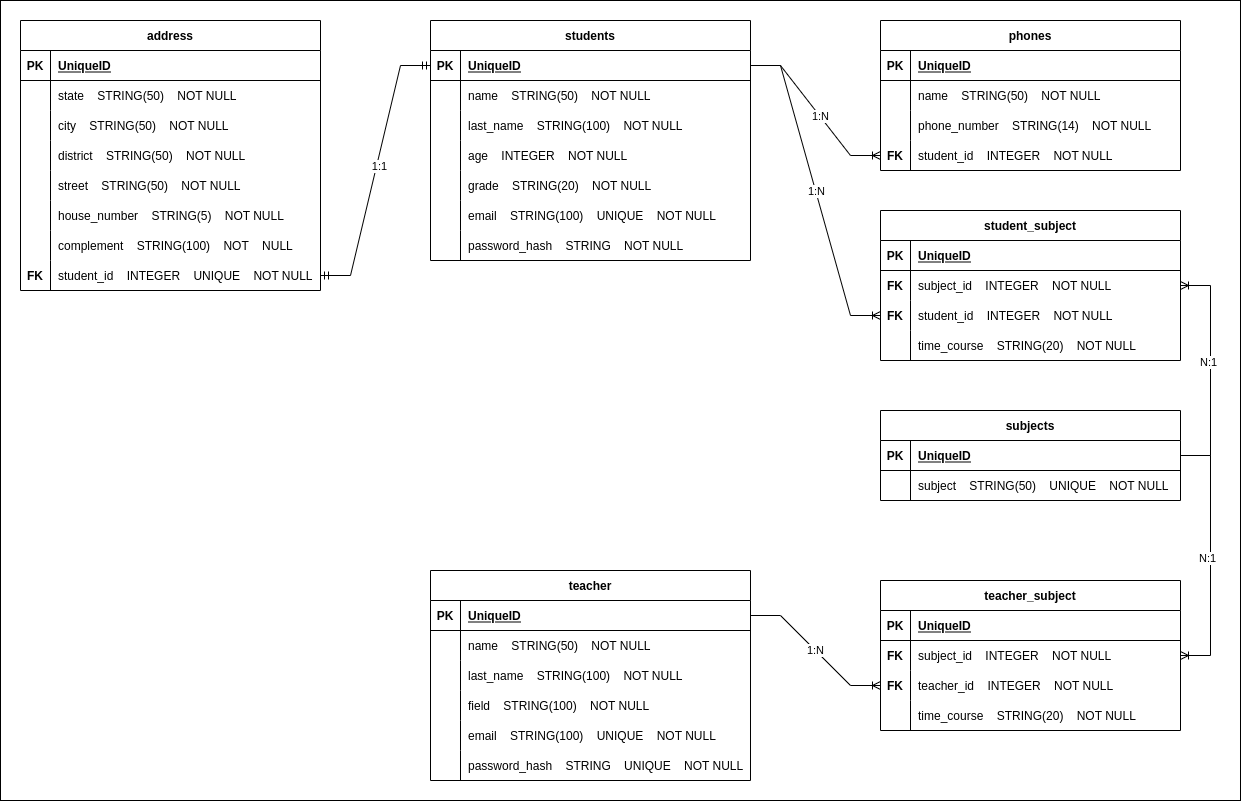
Earlier version of the draw.io export Relationship Diagram.png (gabrieldosprazeres/e-plus). Source tidied: cells renumbered, new cells last; positions are measured from the earlier drawing's top-left corner, leaving out a move shared by most shapes.
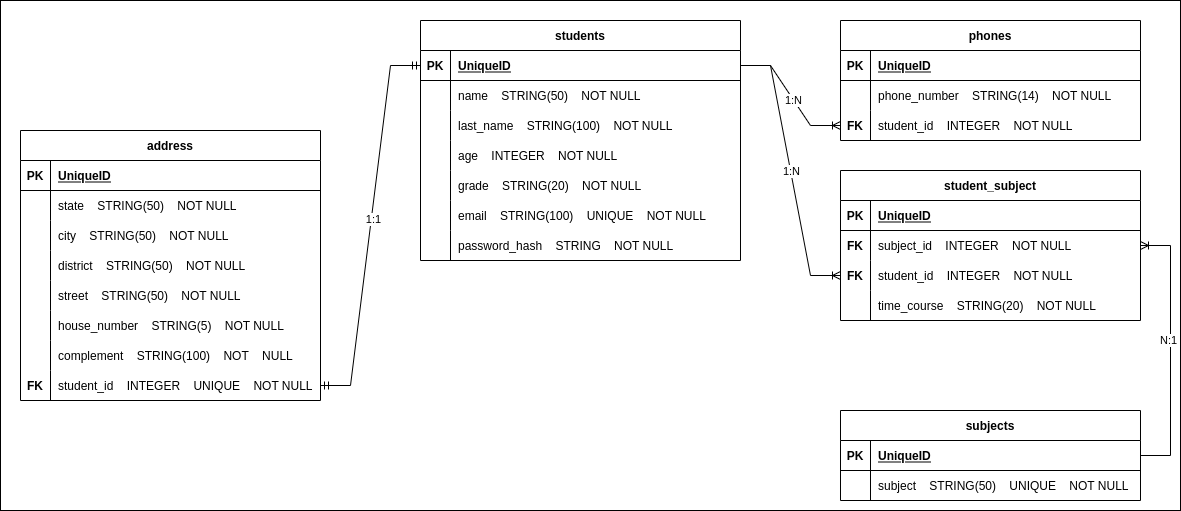
The same diagram one commit later.

Commit message:
fix: modifying diagram

Diff of the diagram source:
```diff
@@ -3,10 +3,10 @@
     <mxCell id="0" />
     <mxCell id="1" parent="0" />
     <mxCell id="2" style="rounded=0;whiteSpace=wrap;html=1;fillColor=#FFFFFF;" parent="1" vertex="1">
-      <mxGeometry width="1240" height="800" as="geometry" />
+      <mxGeometry x="40" width="1180" height="510" as="geometry" />
     </mxCell>
     <mxCell id="3" value="students" style="shape=table;startSize=30;rowLines=0;fontStyle=1;align=center;" parent="1" vertex="1">
-      <mxGeometry x="430" y="20" width="320" height="240" as="geometry" />
+      <mxGeometry x="460" y="20" width="320" height="240" as="geometry" />
     </mxCell>
     <mxCell id="4" style="shape=partialRectangle;fillColor=none;top=0;left=0;bottom=1;right=0;points=[[0,0.5],[1,0.5]];portConstraint=eastwest;" parent="3" vertex="1">
       <mxGeometry y="30" width="320" height="30" as="geometry" />
@@ -99,7 +99,7 @@
       <mxGeometry x="30" width="270" height="30" as="geometry" />
     </mxCell>
     <mxCell id="34" value="phones" style="shape=table;startSize=30;rowLines=0;fontStyle=1;align=center;" parent="1" vertex="1">
-      <mxGeometry x="880" y="20" width="300" height="150" as="geometry" />
+      <mxGeometry x="880" y="20" width="300" height="120" as="geometry" />
     </mxCell>
     <mxCell id="35" style="shape=partialRectangle;fillColor=none;top=0;left=0;bottom=1;right=0;" parent="34" vertex="1">
       <mxGeometry y="30" width="300" height="30" as="geometry" />
@@ -110,17 +110,8 @@
     <mxCell id="37" value="UniqueID" style="shape=partialRectangle;fillColor=none;top=0;left=0;bottom=0;right=0;align=left;spacingLeft=6;fontStyle=5;overflow=hidden;" parent="35" vertex="1">
       <mxGeometry x="30" width="270" height="30" as="geometry" />
     </mxCell>
-    <mxCell id="38" style="shape=partialRectangle;fillColor=none;top=0;left=0;bottom=0;right=0;" parent="34" vertex="1">
-      <mxGeometry y="60" width="300" height="30" as="geometry" />
-    </mxCell>
-    <mxCell id="39" style="shape=partialRectangle;fillColor=none;top=0;left=0;bottom=0;right=0;overflow=hidden;" parent="38" vertex="1">
-      <mxGeometry width="30" height="30" as="geometry" />
-    </mxCell>
-    <mxCell id="40" value="name    STRING(50)    NOT NULL" style="shape=partialRectangle;fillColor=none;top=0;left=0;bottom=0;right=0;align=left;spacingLeft=6;overflow=hidden;" parent="38" vertex="1">
-      <mxGeometry x="30" width="270" height="30" as="geometry" />
-    </mxCell>
     <mxCell id="41" style="shape=partialRectangle;fillColor=none;top=0;left=0;bottom=0;right=0;" parent="34" vertex="1">
-      <mxGeometry y="90" width="300" height="30" as="geometry" />
+      <mxGeometry y="60" width="300" height="30" as="geometry" />
     </mxCell>
     <mxCell id="42" style="shape=partialRectangle;fillColor=none;top=0;left=0;bottom=0;right=0;overflow=hidden;" parent="41" vertex="1">
       <mxGeometry width="30" height="30" as="geometry" />
@@ -129,7 +120,7 @@
       <mxGeometry x="30" width="270" height="30" as="geometry" />
     </mxCell>
     <mxCell id="44" style="shape=partialRectangle;fillColor=none;top=0;left=0;bottom=0;right=0;points=[[0,0.5],[1,0.5]];portConstraint=eastwest;" parent="34" vertex="1">
-      <mxGeometry y="120" width="300" height="30" as="geometry" />
+      <mxGeometry y="90" width="300" height="30" as="geometry" />
     </mxCell>
     <mxCell id="45" value="FK" style="shape=partialRectangle;fillColor=none;top=0;left=0;bottom=0;right=0;overflow=hidden;fontStyle=1;" parent="44" vertex="1">
       <mxGeometry width="30" height="30" as="geometry" />
@@ -144,7 +135,7 @@
       <mxGeometry x="0.08" relative="1" as="geometry" />
     </mxCell>
     <mxCell id="49" value="address" style="shape=table;startSize=30;rowLines=0;fontStyle=1;align=center;fillColor=#FFFFFF;" parent="1" vertex="1">
-      <mxGeometry x="20" y="20" width="300" height="270" as="geometry" />
+      <mxGeometry x="60" y="130" width="300" height="270" as="geometry" />
     </mxCell>
     <mxCell id="50" style="shape=partialRectangle;fillColor=none;top=0;left=0;bottom=1;right=0;" parent="49" vertex="1">
       <mxGeometry y="30" width="300" height="30" as="geometry" />
@@ -226,65 +217,8 @@
         <mxPoint y="1" as="offset" />
       </mxGeometry>
     </mxCell>
-    <mxCell id="76" value="teacher" style="shape=table;startSize=30;rowLines=0;fontStyle=1;align=center;" parent="1" vertex="1">
-      <mxGeometry x="430" y="570" width="320" height="210" as="geometry" />
-    </mxCell>
-    <mxCell id="77" style="shape=partialRectangle;fillColor=none;top=0;left=0;bottom=1;right=0;points=[[0,0.5],[1,0.5]];portConstraint=eastwest;" parent="76" vertex="1">
-      <mxGeometry y="30" width="320" height="30" as="geometry" />
-    </mxCell>
-    <mxCell id="78" value="PK" style="shape=partialRectangle;fillColor=none;top=0;left=0;bottom=0;right=0;fontStyle=1;overflow=hidden;" parent="77" vertex="1">
-      <mxGeometry width="30" height="30" as="geometry" />
-    </mxCell>
-    <mxCell id="79" value="UniqueID" style="shape=partialRectangle;fillColor=none;top=0;left=0;bottom=0;right=0;align=left;spacingLeft=6;fontStyle=5;overflow=hidden;" parent="77" vertex="1">
-      <mxGeometry x="30" width="290" height="30" as="geometry" />
-    </mxCell>
-    <mxCell id="80" style="shape=partialRectangle;fillColor=none;top=0;left=0;bottom=0;right=0;" parent="76" vertex="1">
-      <mxGeometry y="60" width="320" height="30" as="geometry" />
-    </mxCell>
-    <mxCell id="81" style="shape=partialRectangle;fillColor=none;top=0;left=0;bottom=0;right=0;overflow=hidden;" parent="80" vertex="1">
-      <mxGeometry width="30" height="30" as="geometry" />
-    </mxCell>
-    <mxCell id="82" value="name    STRING(50)    NOT NULL" style="shape=partialRectangle;fillColor=none;top=0;left=0;bottom=0;right=0;align=left;spacingLeft=6;overflow=hidden;" parent="80" vertex="1">
-      <mxGeometry x="30" width="290" height="30" as="geometry" />
-    </mxCell>
-    <mxCell id="83" style="shape=partialRectangle;fillColor=none;top=0;left=0;bottom=0;right=0;" parent="76" vertex="1">
-      <mxGeometry y="90" width="320" height="30" as="geometry" />
-    </mxCell>
-    <mxCell id="84" style="shape=partialRectangle;fillColor=none;top=0;left=0;bottom=0;right=0;overflow=hidden;" parent="83" vertex="1">
-      <mxGeometry width="30" height="30" as="geometry" />
-    </mxCell>
-    <mxCell id="85" value="last_name    STRING(100)    NOT NULL" style="shape=partialRectangle;fillColor=none;top=0;left=0;bottom=0;right=0;align=left;spacingLeft=6;overflow=hidden;" parent="83" vertex="1">
-      <mxGeometry x="30" width="290" height="30" as="geometry" />
-    </mxCell>
-    <mxCell id="86" style="shape=partialRectangle;fillColor=none;top=0;left=0;bottom=0;right=0;" parent="76" vertex="1">
-      <mxGeometry y="120" width="320" height="30" as="geometry" />
-    </mxCell>
-    <mxCell id="87" style="shape=partialRectangle;fillColor=none;top=0;left=0;bottom=0;right=0;overflow=hidden;" parent="86" vertex="1">
-      <mxGeometry width="30" height="30" as="geometry" />
-    </mxCell>
-    <mxCell id="88" value="field    STRING(100)    NOT NULL" style="shape=partialRectangle;fillColor=none;top=0;left=0;bottom=0;right=0;align=left;spacingLeft=6;overflow=hidden;" parent="86" vertex="1">
-      <mxGeometry x="30" width="290" height="30" as="geometry" />
-    </mxCell>
-    <mxCell id="89" style="shape=partialRectangle;fillColor=none;top=0;left=0;bottom=0;right=0;" parent="76" vertex="1">
-      <mxGeometry y="150" width="320" height="30" as="geometry" />
-    </mxCell>
-    <mxCell id="90" style="shape=partialRectangle;fillColor=none;top=0;left=0;bottom=0;right=0;overflow=hidden;" parent="89" vertex="1">
-      <mxGeometry width="30" height="30" as="geometry" />
-    </mxCell>
-    <mxCell id="91" value="email    STRING(100)    UNIQUE    NOT NULL" style="shape=partialRectangle;fillColor=none;top=0;left=0;bottom=0;right=0;align=left;spacingLeft=6;overflow=hidden;" parent="89" vertex="1">
-      <mxGeometry x="30" width="290" height="30" as="geometry" />
-    </mxCell>
-    <mxCell id="92" style="shape=partialRectangle;fillColor=none;top=0;left=0;bottom=0;right=0;" parent="76" vertex="1">
-      <mxGeometry y="180" width="320" height="30" as="geometry" />
-    </mxCell>
-    <mxCell id="93" style="shape=partialRectangle;fillColor=none;top=0;left=0;bottom=0;right=0;overflow=hidden;" parent="92" vertex="1">
-      <mxGeometry width="30" height="30" as="geometry" />
-    </mxCell>
-    <mxCell id="94" value="password_hash    STRING    UNIQUE    NOT NULL" style="shape=partialRectangle;fillColor=none;top=0;left=0;bottom=0;right=0;align=left;spacingLeft=6;overflow=hidden;" parent="92" vertex="1">
-      <mxGeometry x="30" width="290" height="30" as="geometry" />
-    </mxCell>
     <mxCell id="95" value="student_subject" style="shape=table;startSize=30;rowLines=0;fontStyle=1;align=center;" parent="1" vertex="1">
-      <mxGeometry x="880" y="210" width="300" height="150" as="geometry" />
+      <mxGeometry x="880" y="170" width="300" height="150" as="geometry" />
     </mxCell>
     <mxCell id="96" style="shape=partialRectangle;fillColor=none;top=0;left=0;bottom=1;right=0;" parent="95" vertex="1">
       <mxGeometry y="30" width="300" height="30" as="geometry" />
@@ -328,58 +262,5 @@
     <mxCell id="109" value="N:1" style="edgeLabel;html=1;align=center;verticalAlign=middle;" parent="108" vertex="1">
       <mxGeometry x="0.08" y="3" relative="1" as="geometry" />
     </mxCell>
-    <mxCell id="110" value="teacher_subject" style="shape=table;startSize=30;rowLines=0;fontStyle=1;align=center;" parent="1" vertex="1">
-      <mxGeometry x="880" y="580" width="300" height="150" as="geometry" />
-    </mxCell>
-    <mxCell id="111" style="shape=partialRectangle;fillColor=none;top=0;left=0;bottom=1;right=0;" parent="110" vertex="1">
-      <mxGeometry y="30" width="300" height="30" as="geometry" />
-    </mxCell>
-    <mxCell id="112" value="PK" style="shape=partialRectangle;fillColor=none;top=0;left=0;bottom=0;right=0;fontStyle=1;overflow=hidden;" parent="111" vertex="1">
-      <mxGeometry width="30" height="30" as="geometry" />
-    </mxCell>
-    <mxCell id="113" value="UniqueID" style="shape=partialRectangle;fillColor=none;top=0;left=0;bottom=0;right=0;align=left;spacingLeft=6;fontStyle=5;overflow=hidden;" parent="111" vertex="1">
-      <mxGeometry x="30" width="270" height="30" as="geometry" />
-    </mxCell>
-    <mxCell id="114" style="shape=partialRectangle;fillColor=none;top=0;left=0;bottom=0;right=0;points=[[0,0.5],[1,0.5]];portConstraint=eastwest;" parent="110" vertex="1">
-      <mxGeometry y="60" width="300" height="30" as="geometry" />
-    </mxCell>
-    <mxCell id="115" value="FK" style="shape=partialRectangle;fillColor=none;top=0;left=0;bottom=0;right=0;overflow=hidden;fontStyle=1;" parent="114" vertex="1">
-      <mxGeometry width="30" height="30" as="geometry" />
-    </mxCell>
-    <mxCell id="116" value="subject_id    INTEGER    NOT NULL" style="shape=partialRectangle;fillColor=none;top=0;left=0;bottom=0;right=0;align=left;spacingLeft=6;overflow=hidden;" parent="114" vertex="1">
-      <mxGeometry x="30" width="270" height="30" as="geometry" />
-    </mxCell>
-    <mxCell id="117" style="shape=partialRectangle;fillColor=none;top=0;left=0;bottom=0;right=0;points=[[0,0.5],[1,0.5]];portConstraint=eastwest;" parent="110" vertex="1">
-      <mxGeometry y="90" width="300" height="30" as="geometry" />
-    </mxCell>
-    <mxCell id="118" value="FK" style="shape=partialRectangle;fillColor=none;top=0;left=0;bottom=0;right=0;overflow=hidden;fontStyle=1;" parent="117" vertex="1">
-      <mxGeometry width="30" height="30" as="geometry" />
-    </mxCell>
-    <mxCell id="119" value="teacher_id    INTEGER    NOT NULL" style="shape=partialRectangle;fillColor=none;top=0;left=0;bottom=0;right=0;align=left;spacingLeft=6;overflow=hidden;" parent="117" vertex="1">
-      <mxGeometry x="30" width="270" height="30" as="geometry" />
-    </mxCell>
-    <mxCell id="120" style="shape=partialRectangle;fillColor=none;top=0;left=0;bottom=0;right=0;" parent="110" vertex="1">
-      <mxGeometry y="120" width="300" height="30" as="geometry" />
-    </mxCell>
-    <mxCell id="121" style="shape=partialRectangle;fillColor=none;top=0;left=0;bottom=0;right=0;overflow=hidden;" parent="120" vertex="1">
-      <mxGeometry width="30" height="30" as="geometry" />
-    </mxCell>
-    <mxCell id="122" value="time_course    STRING(20)    NOT NULL" style="shape=partialRectangle;fillColor=none;top=0;left=0;bottom=0;right=0;align=left;spacingLeft=6;overflow=hidden;" parent="120" vertex="1">
-      <mxGeometry x="30" width="270" height="30" as="geometry" />
-    </mxCell>
-    <mxCell id="123" style="edgeStyle=entityRelationEdgeStyle;fontSize=12;html=1;endArrow=ERoneToMany;rounded=0;" parent="1" edge="1" source="28" target="114">
-      <mxGeometry relative="1" as="geometry" />
-    </mxCell>
-    <mxCell id="124" value="N:1" style="edgeLabel;html=1;align=center;verticalAlign=middle;" parent="123" vertex="1">
-      <mxGeometry y="5" relative="1" as="geometry">
-        <mxPoint x="-9" y="2" as="offset" />
-      </mxGeometry>
-    </mxCell>
-    <mxCell id="125" style="edgeStyle=entityRelationEdgeStyle;fontSize=12;html=1;endArrow=ERoneToMany;rounded=0;entryX=0;entryY=0.5;entryDx=0;entryDy=0;" parent="1" edge="1" source="77" target="117">
-      <mxGeometry relative="1" as="geometry" />
-    </mxCell>
-    <mxCell id="126" value="1:N" style="edgeLabel;html=1;align=center;verticalAlign=middle;" parent="125" vertex="1">
-      <mxGeometry relative="1" as="geometry" />
-    </mxCell>
   </root>
 </mxGraphModel>
```
